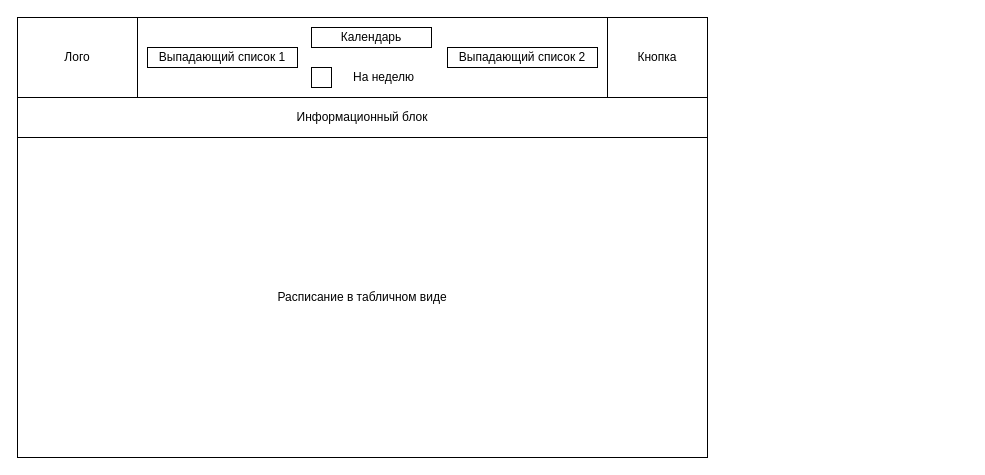
The draw.io diagram page "on pc" (1 of 2) of my design.drawio in Sayikoro/DBFRead, before the edit. Source tidied: cells renumbered, new cells numbered last; positions are measured from the earlier drawing's top-left corner, leaving out a move shared by most shapes. Both pictures are drawn from the tidied source at 100%, with x=0, y=0 at pixel (17, 17).
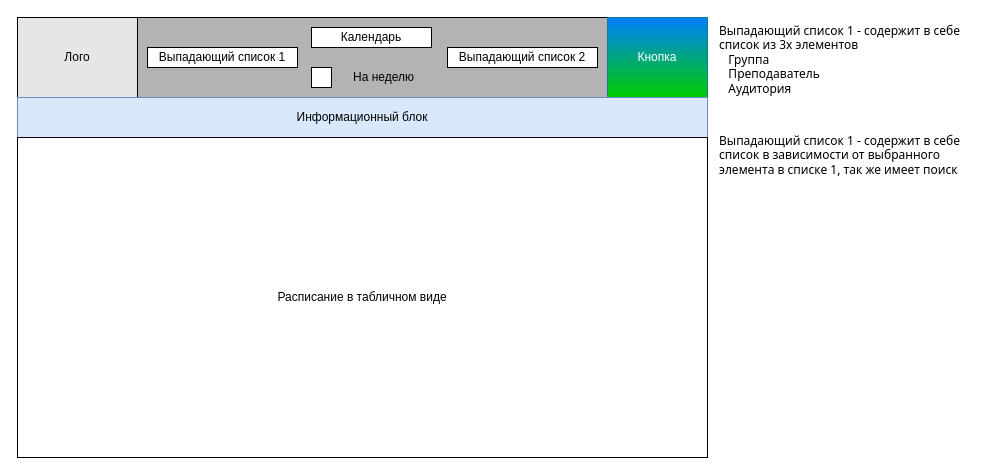
Above is the later version.

What changed in the source:
```diff
@@
 <mxGraphModel>
   <root>
     <mxCell id="0" />
     <mxCell id="1" parent="0" />
     <mxCell id="2" style="rounded=0;whiteSpace=wrap;html=1;" parent="1" vertex="1">
       <mxGeometry width="690" height="440" as="geometry" />
     </mxCell>
-    <mxCell id="3" style="rounded=0;whiteSpace=wrap;html=1;" parent="1" vertex="1">
+    <mxCell id="3" style="rounded=0;whiteSpace=wrap;html=1;fillColor=#B3B3B3;" parent="1" vertex="1">
       <mxGeometry width="690" height="80" as="geometry" />
     </mxCell>
-    <mxCell id="4" value="Лого" style="rounded=0;whiteSpace=wrap;html=1;" parent="1" vertex="1">
+    <mxCell id="4" value="Лого" style="rounded=0;whiteSpace=wrap;html=1;fillColor=#E6E6E6;" parent="1" vertex="1">
       <mxGeometry width="120" height="80" as="geometry" />
     </mxCell>
     <mxCell id="5" value="Выпадающий список 1" style="rounded=0;whiteSpace=wrap;html=1;" parent="1" vertex="1">
       <mxGeometry x="130" y="30" width="150" height="20" as="geometry" />
     </mxCell>
     <mxCell id="6" value="Календарь" style="rounded=0;whiteSpace=wrap;html=1;" parent="1" vertex="1">
       <mxGeometry x="294" y="10" width="120" height="20" as="geometry" />
     </mxCell>
     <mxCell id="7" style="rounded=0;whiteSpace=wrap;html=1;" parent="1" vertex="1">
       <mxGeometry x="294" y="50" width="20" height="20" as="geometry" />
     </mxCell>
     <mxCell id="8" value="На неделю" style="text;html=1;strokeColor=none;fillColor=none;align=center;verticalAlign=middle;whiteSpace=wrap;rounded=0;" parent="1" vertex="1">
       <mxGeometry x="319" y="50" width="95" height="20" as="geometry" />
     </mxCell>
     <mxCell id="9" value="Выпадающий список 2" style="rounded=0;whiteSpace=wrap;html=1;" parent="1" vertex="1">
       <mxGeometry x="430" y="30" width="150" height="20" as="geometry" />
     </mxCell>
-    <mxCell id="10" value="Кнопка" style="rounded=0;whiteSpace=wrap;html=1;" parent="1" vertex="1">
+    <mxCell id="10" value="Кнопка" style="rounded=0;whiteSpace=wrap;html=1;strokeColor=#0e8088;shadow=0;glass=0;sketch=0;gradientDirection=north;fillColor=#00CC00;gradientColor=#007FFF;fontColor=#FFFFFF;" parent="1" vertex="1">
       <mxGeometry x="590" width="100" height="80" as="geometry" />
     </mxCell>
-    <mxCell id="11" value="Информационный блок" style="rounded=0;whiteSpace=wrap;html=1;" parent="1" vertex="1">
+    <mxCell id="11" value="Информационный блок" style="rounded=0;whiteSpace=wrap;html=1;fillColor=#dae8fc;strokeColor=#6c8ebf;" parent="1" vertex="1">
       <mxGeometry y="80" width="690" height="40" as="geometry" />
     </mxCell>
     <mxCell id="12" value="Расписание в табличном виде" style="rounded=0;whiteSpace=wrap;html=1;" parent="1" vertex="1">
       <mxGeometry y="120" width="690" height="320" as="geometry" />
     </mxCell>
+    <mxCell id="13" value="Выпадающий список 1 - содержит в себе список из 3х элементов&lt;br&gt;&amp;nbsp; &amp;nbsp;Группа&lt;br&gt;&amp;nbsp; &amp;nbsp;Преподаватель&lt;br&gt;&amp;nbsp; &amp;nbsp;Аудитория" style="text;html=1;strokeColor=none;fillColor=none;align=left;verticalAlign=top;whiteSpace=wrap;rounded=0;fontFamily=Tahoma;" parent="1" vertex="1">
+      <mxGeometry x="700" width="250" height="110" as="geometry" />
+    </mxCell>
+    <mxCell id="14" value="Выпадающий список 1 - содержит в себе список в зависимости от выбранного элемента в списке 1, так же имеет поиск" style="text;html=1;strokeColor=none;fillColor=none;align=left;verticalAlign=top;whiteSpace=wrap;rounded=0;fontFamily=Tahoma;" parent="1" vertex="1">
+      <mxGeometry x="700" y="110" width="250" height="60" as="geometry" />
+    </mxCell>
   </root>
 </mxGraphModel>
```
